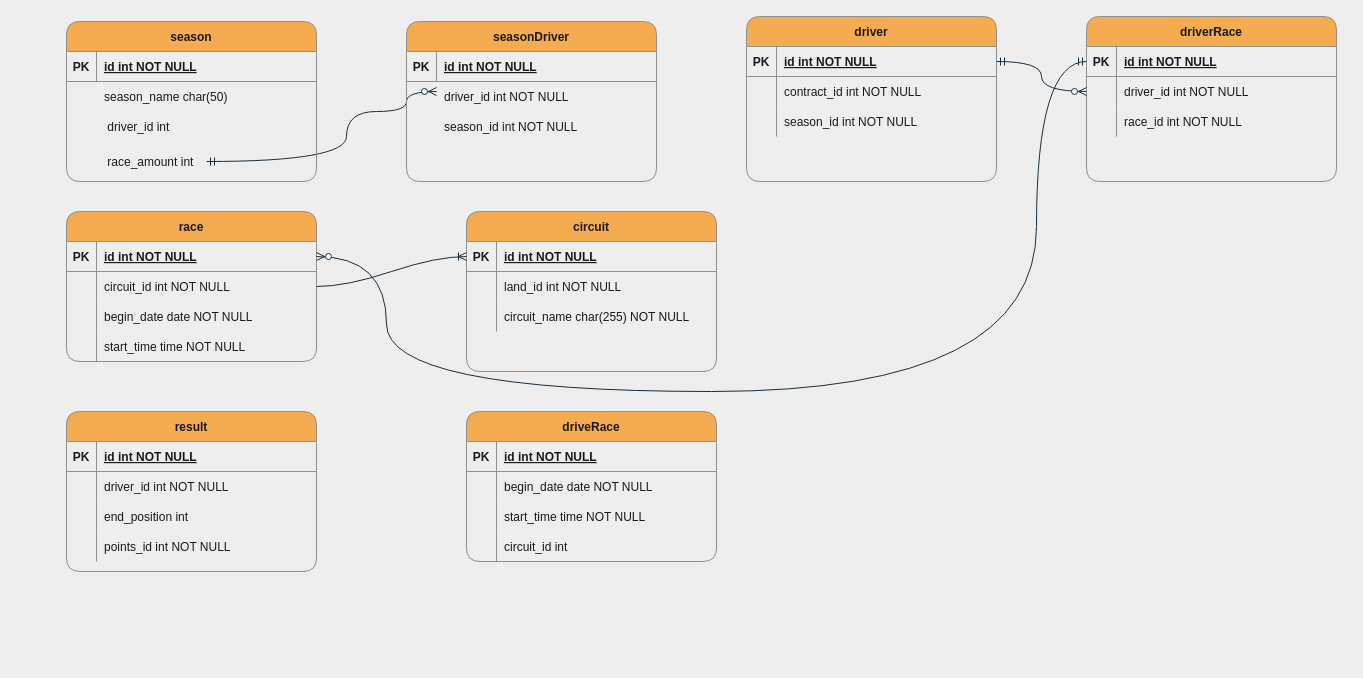
The draw.io diagram Untitled Diagram.drawio in Jelmer-Ketelaar/ERD, before the edit. Source tidied: cells renumbered, new cells numbered last; positions are measured from the earlier drawing's top-left corner, leaving out a move shared by most shapes. Both pictures are drawn from the tidied source at 100%, with x=0, y=0 at pixel (66, 16).
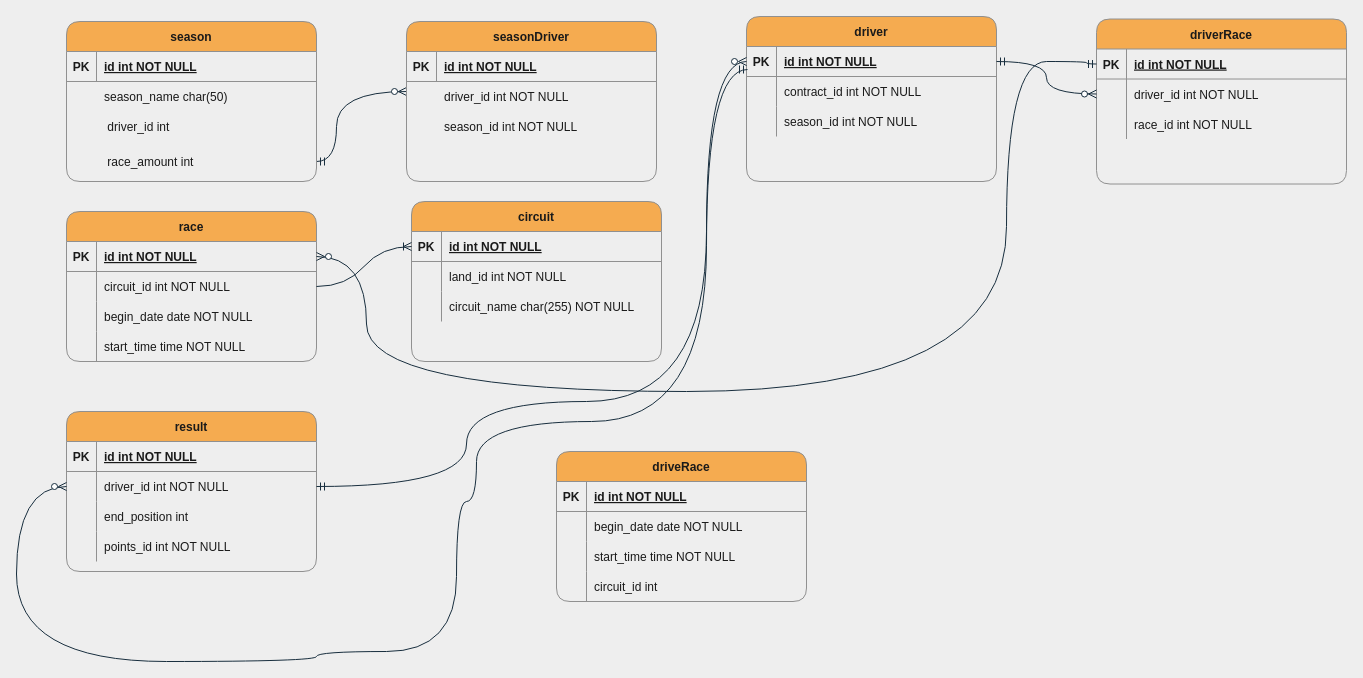
The same diagram, later.

Unchanged cells that the change refers to:
```xml
<mxCell id="8" style="shape=partialRectangle;fillColor=none;points=[[0,0.5],[1,0.5]];portConstraint=eastwest;top=0;left=0;right=0;bottom=1;rounded=1;strokeColor=#909090;fontColor=#1A1A1A;" parent="7" vertex="1">
  <mxGeometry y="30" width="250" height="30" as="geometry" />
</mxCell>
<mxCell id="18" style="shape=partialRectangle;fillColor=none;top=0;left=0;bottom=1;right=0;points=[[0,0.5],[1,0.5]];portConstraint=eastwest;rounded=1;strokeColor=#909090;fontColor=#1A1A1A;" parent="17" vertex="1">
  <mxGeometry y="30" width="250" height="30" as="geometry" />
</mxCell>
<mxCell id="44" style="shape=partialRectangle;fillColor=none;top=0;left=0;bottom=0;right=0;points=[[0,0.5],[1,0.5]];portConstraint=eastwest;rounded=1;strokeColor=#909090;fontColor=#1A1A1A;" parent="40" vertex="1">
  <mxGeometry y="60" width="250" height="30" as="geometry" />
</mxCell>
<mxCell id="76" style="shape=partialRectangle;fillColor=none;points=[[0,0.5],[1,0.5]];portConstraint=eastwest;top=0;left=0;right=0;bottom=1;rounded=1;strokeColor=#909090;fontColor=#1A1A1A;" parent="75" vertex="1">
  <mxGeometry y="30" width="250" height="30" as="geometry" />
</mxCell>
```

The edit, as a diff of the source:
```diff
@@
     <mxCell id="2" style="edgeStyle=orthogonalEdgeStyle;curved=1;rounded=1;orthogonalLoop=1;jettySize=auto;html=1;shadow=0;fontColor=#1A1A1A;strokeColor=#182E3E;startArrow=ERmandOne;startFill=0;endArrow=ERzeroToMany;endFill=1;" parent="1" edge="1">
       <mxGeometry relative="1" as="geometry">
-        <mxPoint x="140" y="145" as="sourcePoint" />
-        <mxPoint x="370" y="75" as="targetPoint" />
+        <mxPoint x="250" y="145" as="sourcePoint" />
+        <mxPoint x="340" y="75" as="targetPoint" />
         <Array as="points">
-          <mxPoint x="280" y="145" />
-          <mxPoint x="280" y="95" />
-          <mxPoint x="340" y="95" />
-          <mxPoint x="340" y="75" />
+          <mxPoint x="270" y="145" />
+          <mxPoint x="270" y="75" />
         </Array>
       </mxGeometry>
     </mxCell>
@@
     <mxCell id="30" value="circuit" style="shape=table;startSize=30;childLayout=tableLayout;rowLines=0;fontStyle=1;align=center;rounded=1;fillColor=#F5AB50;strokeColor=#909090;fontColor=#1A1A1A;" parent="1" vertex="1">
-      <mxGeometry x="400" y="195" width="250" height="160" as="geometry" />
+      <mxGeometry x="345" y="185" width="250" height="160" as="geometry" />
     </mxCell>
@@
     <mxCell id="54" value="driveRace" style="shape=table;startSize=30;childLayout=tableLayout;rowLines=0;fontStyle=1;align=center;rounded=1;fillColor=#F5AB50;strokeColor=#909090;fontColor=#1A1A1A;" parent="1" vertex="1">
-      <mxGeometry x="400" y="395" width="250" height="150" as="geometry" />
+      <mxGeometry x="490" y="435" width="250" height="150" as="geometry" />
     </mxCell>
@@
     <mxCell id="75" value="driverRace" style="shape=table;startSize=30;childLayout=tableLayout;rowLines=0;fontStyle=1;align=center;rounded=1;fillColor=#F5AB50;strokeColor=#909090;fontColor=#1A1A1A;" parent="1" vertex="1">
-      <mxGeometry x="1020" width="250" height="165" as="geometry" />
+      <mxGeometry x="1030" y="2.5" width="250" height="165" as="geometry" />
     </mxCell>
@@
     <mxCell id="87" style="edgeStyle=orthogonalEdgeStyle;curved=1;rounded=1;jettySize=auto;html=1;exitX=0;exitY=0.5;exitDx=0;exitDy=0;entryX=1;entryY=0.5;entryDx=0;entryDy=0;shadow=0;fontColor=#1A1A1A;startArrow=ERmandOne;startFill=0;endArrow=ERzeroToMany;endFill=1;strokeColor=#182E3E;" parent="1" edge="1" source="76" target="18">
       <mxGeometry relative="1" as="geometry">
         <Array as="points">
-          <mxPoint x="970" y="45" />
-          <mxPoint x="970" y="375" />
-          <mxPoint x="320" y="375" />
-          <mxPoint x="320" y="240" />
+          <mxPoint x="1020" y="48" />
+          <mxPoint x="1020" y="45" />
+          <mxPoint x="940" y="45" />
+          <mxPoint x="940" y="375" />
+          <mxPoint x="300" y="375" />
+          <mxPoint x="300" y="240" />
         </Array>
       </mxGeometry>
     </mxCell>
+    <mxCell id="88" style="edgeStyle=orthogonalEdgeStyle;curved=1;rounded=1;jettySize=auto;html=1;entryX=0;entryY=0.5;entryDx=0;entryDy=0;shadow=0;fontColor=#1A1A1A;startArrow=ERmandOne;startFill=0;endArrow=ERzeroToMany;endFill=1;strokeColor=#182E3E;" parent="1" edge="1" source="44" target="8">
+      <mxGeometry relative="1" as="geometry">
+        <Array as="points">
+          <mxPoint x="400" y="470" />
+          <mxPoint x="400" y="385" />
+          <mxPoint x="640" y="385" />
+          <mxPoint x="640" y="45" />
+        </Array>
+      </mxGeometry>
+    </mxCell>
+    <mxCell id="89" style="edgeStyle=orthogonalEdgeStyle;curved=1;rounded=1;jettySize=auto;html=1;shadow=0;fontColor=#1A1A1A;startArrow=ERmandOne;startFill=0;endArrow=ERzeroToMany;endFill=1;strokeColor=#182E3E;exitX=0.004;exitY=0.767;exitDx=0;exitDy=0;exitPerimeter=0;entryX=0;entryY=0.5;entryDx=0;entryDy=0;" parent="1" edge="1" source="8" target="44">
+      <mxGeometry relative="1" as="geometry">
+        <Array as="points">
+          <mxPoint x="640" y="53" />
+          <mxPoint x="640" y="405" />
+          <mxPoint x="410" y="405" />
+          <mxPoint x="410" y="485" />
+          <mxPoint x="390" y="485" />
+          <mxPoint x="390" y="635" />
+          <mxPoint x="250" y="635" />
+          <mxPoint x="250" y="645" />
+          <mxPoint x="-50" y="645" />
+          <mxPoint x="-50" y="470" />
+        </Array>
+      </mxGeometry>
+    </mxCell>
```
